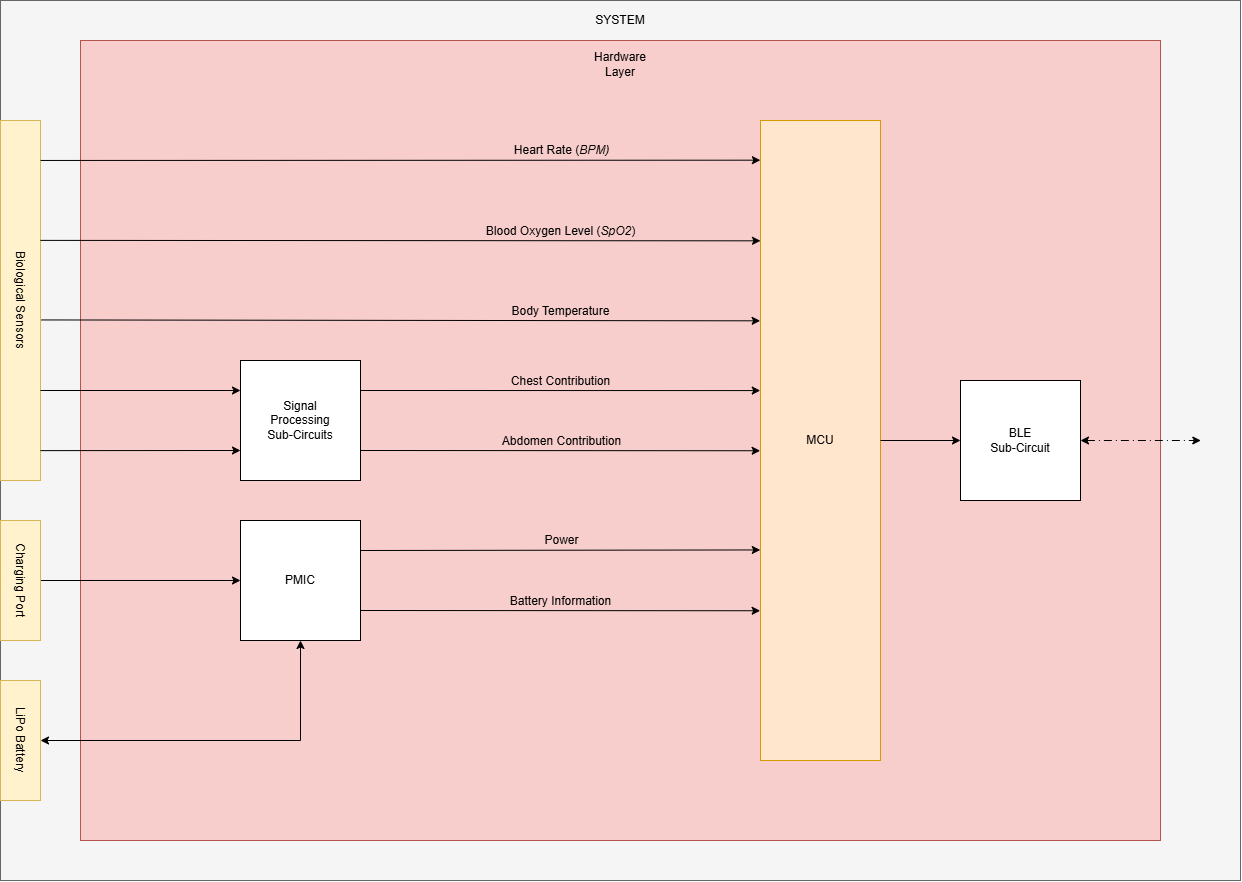
This is system-architecture/assets/hardware-layer.png from ARRR-Coen-Elec-490/docs, a draw.io export, as it was before one commit. Source tidied: cells renumbered, new cells last; positions are measured from the earlier drawing's top-left corner, leaving out a move shared by most shapes.
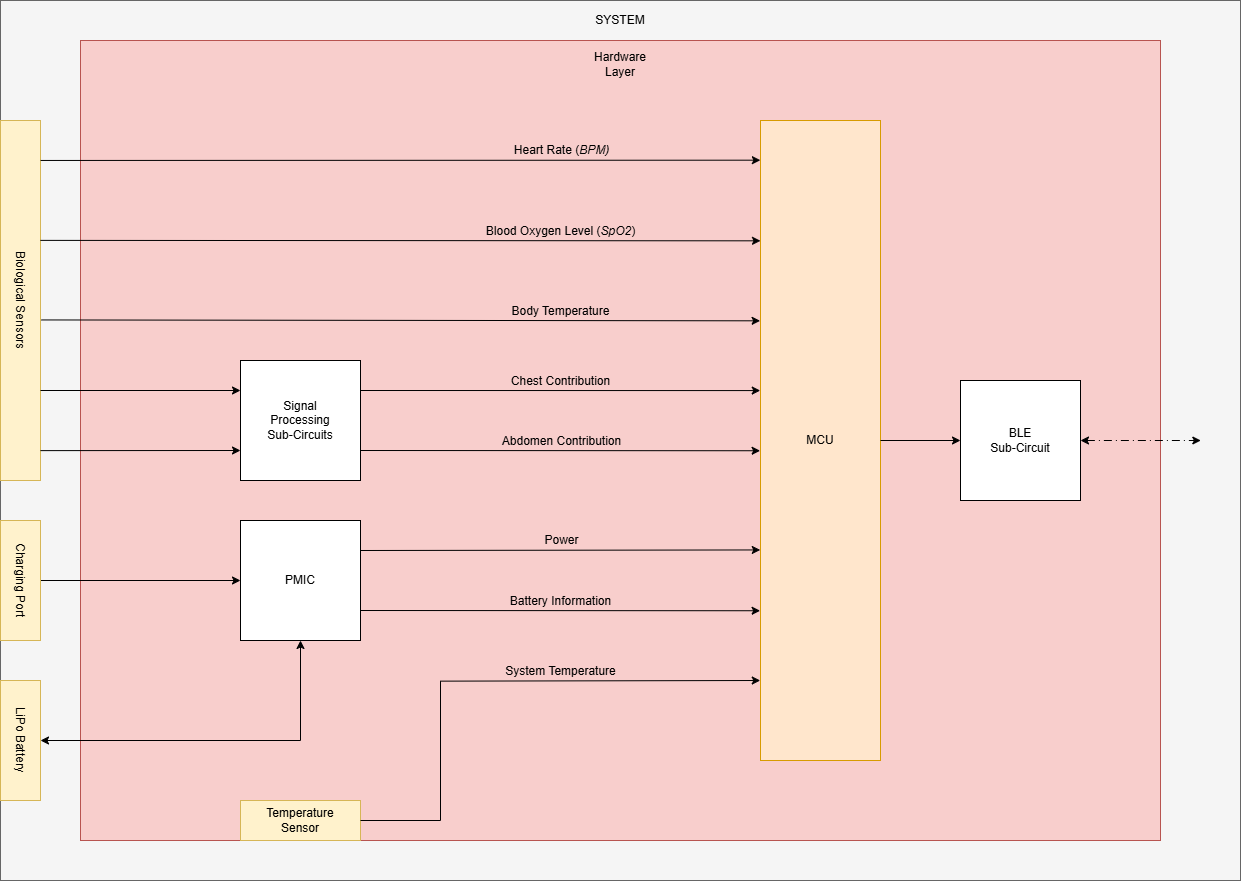
After the commit.

Commit message:
MCU Layer Added

Diff of the diagram source:
```diff
@@ -42,6 +42,22 @@
     <mxCell id="13" style="endArrow=classic;html=1;rounded=0;defaultLabelBackgroundColor=page;labelPadding=0 4;exitX=1;exitY=0.5;exitDx=0;exitDy=0;entryX=0;entryY=0.5;entryDx=0;entryDy=0;" parent="3" edge="1" source="7" target="12">
       <mxGeometry relative="1" as="geometry" />
     </mxCell>
+    <mxCell id="34" value="Temperature&lt;div&gt;Sensor&lt;/div&gt;" style="rounded=0;whiteSpace=wrap;html=1;fillColor=#fff2cc;strokeColor=#d6b656;" parent="3" vertex="1">
+      <mxGeometry x="160" y="760" width="120" height="40" as="geometry" />
+    </mxCell>
+    <mxCell id="35" style="endArrow=classic;html=1;rounded=0;defaultLabelBackgroundColor=page;labelPadding=0 4;entryX=-0.002;entryY=0.875;entryDx=0;entryDy=0;entryPerimeter=0;exitX=1;exitY=0.5;exitDx=0;exitDy=0;" parent="3" edge="1" source="34" target="7">
+      <mxGeometry x="0.11" relative="1" as="geometry">
+        <Array as="points">
+          <mxPoint x="360" y="780" />
+          <mxPoint x="360" y="640.6" />
+        </Array>
+      </mxGeometry>
+    </mxCell>
+    <mxCell id="36" value="&lt;font style=&quot;font-size: 12px;&quot;&gt;System Temperature&lt;/font&gt;" style="edgeLabel;html=1;align=center;verticalAlign=middle;inheritText=1;defaultLabelBackgroundColor=page;labelPadding=0 4;" parent="35" vertex="1">
+      <mxGeometry x="0.23" y="1" relative="1" as="geometry">
+        <mxPoint x="7" y="-9" as="offset" />
+      </mxGeometry>
+    </mxCell>
     <mxCell id="14" value="PMIC" style="rounded=0;whiteSpace=wrap;html=1;" parent="1" vertex="1">
       <mxGeometry x="400" y="520" width="120" height="120" as="geometry" />
     </mxCell>
```
